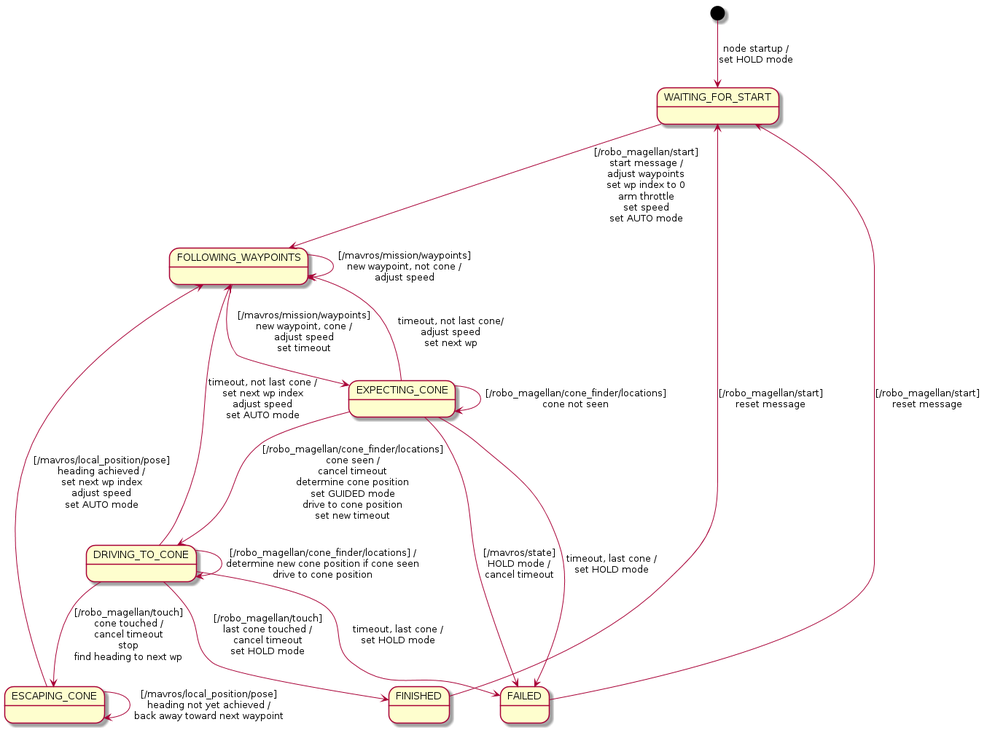
This is doc/state-diagram.png from ProgrammingRobotsStudyGroup/robo_magellan, a PlantUML export, as it was before one commit.
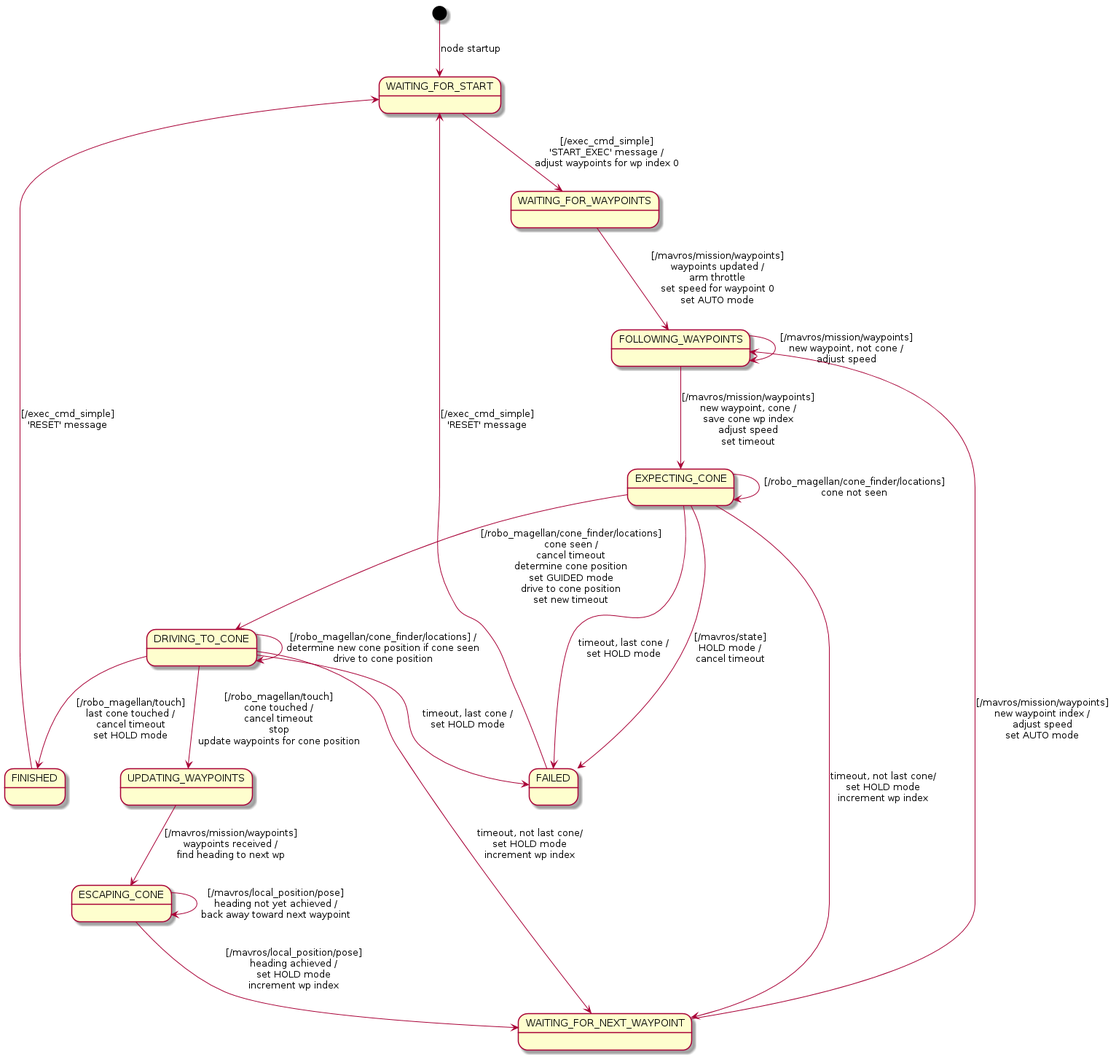
After the change.

Commit message:
Correct state transitions when touching a cone

Change to the diagram source:
```diff
@@ -1,36 +1,45 @@
 @startuml
 
-[*] --> waitingForStart : node startup /\nset HOLD mode
+[*] --> waitingForStart : node startup
 
 state "WAITING_FOR_START" as waitingForStart
-waitingForStart --> followingWaypoints : [/robo_magellan/start]\nstart message /\nadjust waypoints\nset wp index to 0\narm throttle\nset speed\nset AUTO mode
+waitingForStart --> waitingForWaypoints : [/exec_cmd_simple]\n'START_EXEC' message /\nadjust waypoints for wp index 0
+
+state "WAITING_FOR_WAYPOINTS" as waitingForWaypoints
+waitingForWaypoints --> followingWaypoints : [/mavros/mission/waypoints]\nwaypoints updated /\narm throttle\nset speed for waypoint 0\nset AUTO mode
 
 state "FOLLOWING_WAYPOINTS" as followingWaypoints
 followingWaypoints --> followingWaypoints : [/mavros/mission/waypoints]\nnew waypoint, not cone /\nadjust speed
-followingWaypoints --> expectingCone : [/mavros/mission/waypoints]\nnew waypoint, cone /\nadjust speed\nset timeout
+followingWaypoints --> expectingCone : [/mavros/mission/waypoints]\nnew waypoint, cone /\nsave cone wp index\nadjust speed\nset timeout
 
 state "EXPECTING_CONE" as expectingCone
 expectingCone --> expectingCone : [/robo_magellan/cone_finder/locations]\ncone not seen
+expectingCone --> waitingForNextWaypoint : timeout, not last cone/\nset HOLD mode\nincrement wp index
 expectingCone --> drivingToCone : [/robo_magellan/cone_finder/locations]\ncone seen /\ncancel timeout\ndetermine cone position\nset GUIDED mode\ndrive to cone position\nset new timeout
 expectingCone --> failed : [/mavros/state]\nHOLD mode /\ncancel timeout
-expectingCone --> followingWaypoints : timeout, not last cone/\nadjust speed\nset next wp
 expectingCone --> failed : timeout, last cone /\nset HOLD mode
+
+state "WAITING_FOR_NEXT_WAYPOINT" as waitingForNextWaypoint
+waitingForNextWaypoint --> followingWaypoints : [/mavros/mission/waypoints]\nnew waypoint index /\nadjust speed\nset AUTO mode
 
 state "DRIVING_TO_CONE" as drivingToCone
 drivingToCone --> drivingToCone : [/robo_magellan/cone_finder/locations] /\ndetermine new cone position if cone seen\ndrive to cone position
-drivingToCone --> escapingCone : [/robo_magellan/touch]\ncone touched /\ncancel timeout\nstop\nfind heading to next wp
-drivingToCone --> followingWaypoints : timeout, not last cone /\nset next wp index\nadjust speed\nset AUTO mode
+drivingToCone --> waitingForNextWaypoint : timeout, not last cone/\nset HOLD mode\nincrement wp index
+drivingToCone --> updatingWaypoints : [/robo_magellan/touch]\ncone touched /\ncancel timeout\nstop\nupdate waypoints for cone position
 drivingToCone --> failed : timeout, last cone /\nset HOLD mode
 drivingToCone --> finished : [/robo_magellan/touch]\nlast cone touched /\ncancel timeout\nset HOLD mode
 
+state "UPDATING_WAYPOINTS" as updatingWaypoints
+updatingWaypoints --> escapingCone : [/mavros/mission/waypoints]\nwaypoints received /\nfind heading to next wp
+
 state "ESCAPING_CONE" as escapingCone
 escapingCone --> escapingCone : [/mavros/local_position/pose]\nheading not yet achieved /\nback away toward next waypoint
-escapingCone --> followingWaypoints : [/mavros/local_position/pose]\nheading achieved /\nset next wp index\nadjust speed\nset AUTO mode
+escapingCone --> waitingForNextWaypoint : [/mavros/local_position/pose]\nheading achieved /\nset HOLD mode\nincrement wp index
 
 state "FINISHED" as finished
-finished --> waitingForStart : [/robo_magellan/start]\nreset message
+finished --> waitingForStart : [/exec_cmd_simple]\n'RESET' message
 
 state "FAILED" as failed
-failed --> waitingForStart : [/robo_magellan/start]\nreset message
+failed --> waitingForStart : [/exec_cmd_simple]\n'RESET' message
 
 @enduml
```
